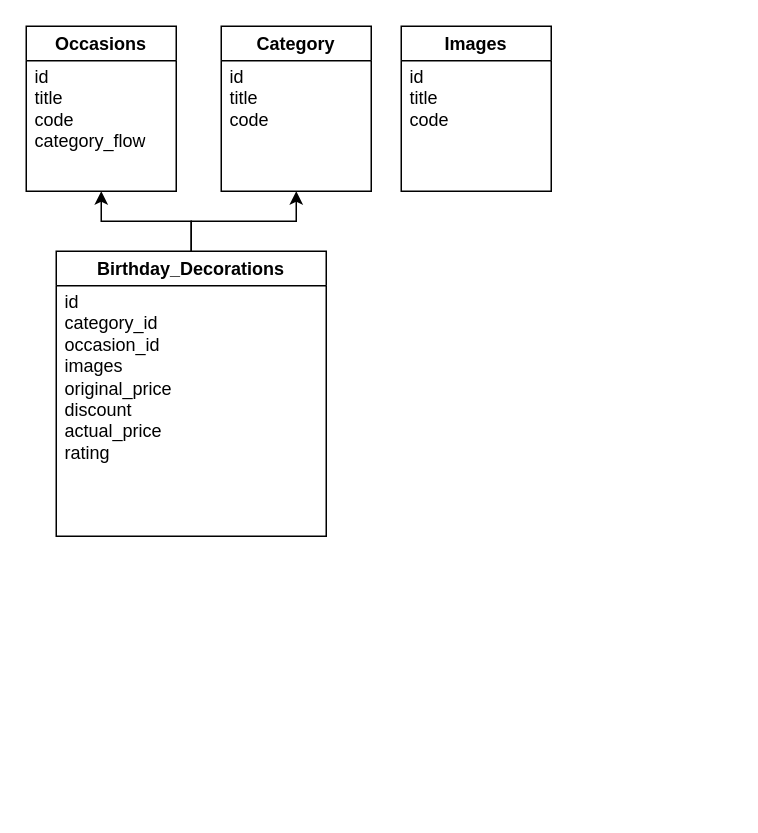
garvitjo/eventShopee_DBSchema keeps this draw.io diagram as Untitled Diagram.drawio. Above is the earlier version. Source tidied: cells renumbered, new cells numbered last; positions are measured from the earlier drawing's top-left corner, leaving out a move shared by most shapes. Both pictures are drawn from the tidied source at 150%, with x=0, y=0 at pixel (26, 26).
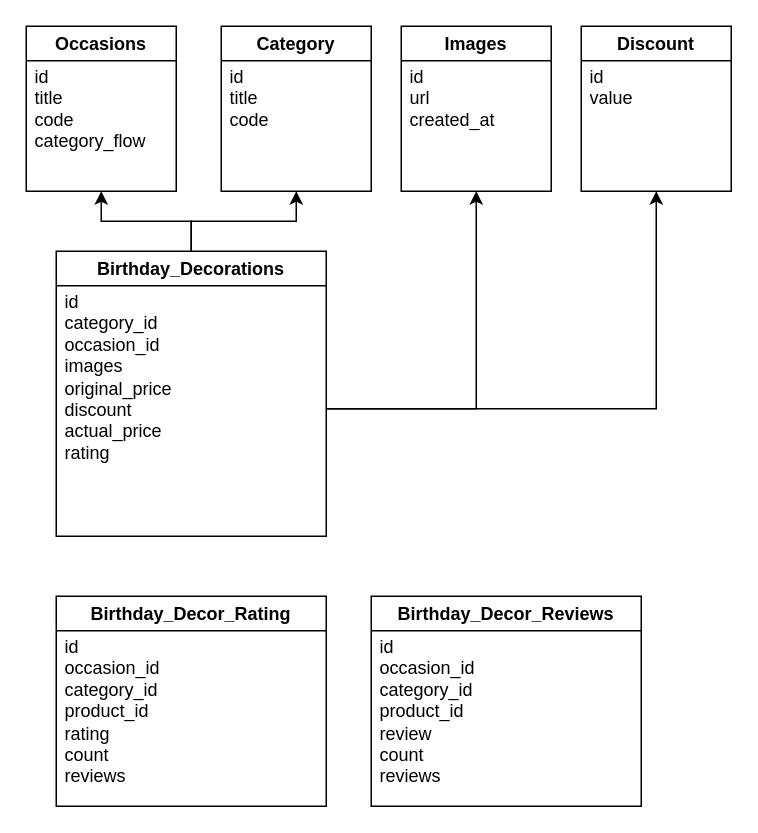
The same diagram, later.

What changed in the source:
```diff
@@
 <mxGraphModel>
   <root>
     <mxCell id="0" />
     <mxCell id="1" parent="0" />
     <mxCell id="2" value="Occasions" style="swimlane;" parent="1" vertex="1">
       <mxGeometry width="100" height="110" as="geometry" />
     </mxCell>
     <mxCell id="3" value="id&lt;br&gt;title&lt;br&gt;code&lt;br&gt;category_flow" style="text;align=left;verticalAlign=top;spacingLeft=4;spacingRight=4;overflow=hidden;whiteSpace=wrap;html=1;" parent="2" vertex="1">
       <mxGeometry y="20" width="90" height="70" as="geometry" />
     </mxCell>
     <mxCell id="4" value="Category" style="swimlane;" parent="1" vertex="1">
       <mxGeometry x="130" width="100" height="110" as="geometry" />
     </mxCell>
     <mxCell id="5" value="id&lt;br&gt;title&lt;br&gt;code" style="text;align=left;verticalAlign=top;spacingLeft=4;spacingRight=4;overflow=hidden;whiteSpace=wrap;html=1;" parent="4" vertex="1">
       <mxGeometry y="20" width="90" height="80" as="geometry" />
     </mxCell>
     <mxCell id="6" style="edgeStyle=orthogonalEdgeStyle;rounded=0;jettySize=auto;html=1;exitX=0.5;exitY=0;exitDx=0;exitDy=0;entryX=0.5;entryY=1;entryDx=0;entryDy=0;" parent="1" edge="1" source="8" target="2">
       <mxGeometry relative="1" as="geometry" />
     </mxCell>
     <mxCell id="7" style="edgeStyle=orthogonalEdgeStyle;rounded=0;jettySize=auto;html=1;exitX=0.5;exitY=0;exitDx=0;exitDy=0;entryX=0.5;entryY=1;entryDx=0;entryDy=0;" parent="1" edge="1" source="8" target="4">
       <mxGeometry relative="1" as="geometry" />
     </mxCell>
     <mxCell id="8" value="Birthday_Decorations" style="swimlane;" parent="1" vertex="1">
       <mxGeometry x="20" y="150" width="180" height="190" as="geometry" />
     </mxCell>
     <mxCell id="9" value="id&lt;br&gt;category_id&lt;br&gt;occasion_id&lt;br&gt;images&lt;br&gt;original_price&lt;br&gt;discount&lt;br&gt;actual_price&lt;br&gt;rating" style="text;align=left;verticalAlign=top;spacingLeft=4;spacingRight=4;overflow=hidden;points=[[0,0.5],[1,0.5]];portConstraint=eastwest;whiteSpace=wrap;html=1;" parent="8" vertex="1">
       <mxGeometry y="20" width="180" height="170" as="geometry" />
     </mxCell>
     <mxCell id="10" value="Images" style="swimlane;startSize=23;" parent="1" vertex="1">
       <mxGeometry x="250" width="100" height="110" as="geometry" />
     </mxCell>
-    <mxCell id="11" value="id&lt;br&gt;title&lt;br&gt;code" style="text;align=left;verticalAlign=top;spacingLeft=4;spacingRight=4;overflow=hidden;whiteSpace=wrap;html=1;" parent="10" vertex="1">
+    <mxCell id="11" value="id&lt;br&gt;url&lt;br&gt;created_at" style="text;align=left;verticalAlign=top;spacingLeft=4;spacingRight=4;overflow=hidden;whiteSpace=wrap;html=1;" parent="10" vertex="1">
       <mxGeometry y="20" width="90" height="80" as="geometry" />
     </mxCell>
+    <mxCell id="12" style="edgeStyle=orthogonalEdgeStyle;rounded=0;jettySize=auto;html=1;exitX=1;exitY=0.5;exitDx=0;exitDy=0;entryX=0.5;entryY=1;entryDx=0;entryDy=0;" parent="1" edge="1" source="9" target="10">
+      <mxGeometry relative="1" as="geometry" />
+    </mxCell>
+    <mxCell id="13" value="Discount" style="swimlane;startSize=23;" parent="1" vertex="1">
+      <mxGeometry x="370" width="100" height="110" as="geometry" />
+    </mxCell>
+    <mxCell id="14" value="id&lt;br&gt;value&lt;br&gt;" style="text;align=left;verticalAlign=top;spacingLeft=4;spacingRight=4;overflow=hidden;whiteSpace=wrap;html=1;" parent="13" vertex="1">
+      <mxGeometry y="20" width="90" height="80" as="geometry" />
+    </mxCell>
+    <mxCell id="15" style="edgeStyle=orthogonalEdgeStyle;rounded=0;jettySize=auto;html=1;exitX=1;exitY=0.5;exitDx=0;exitDy=0;entryX=0.5;entryY=1;entryDx=0;entryDy=0;" parent="1" edge="1" source="9" target="13">
+      <mxGeometry relative="1" as="geometry" />
+    </mxCell>
+    <mxCell id="16" value="Birthday_Decor_Rating" style="swimlane;startSize=23;" parent="1" vertex="1">
+      <mxGeometry x="20" y="380" width="180" height="140" as="geometry" />
+    </mxCell>
+    <mxCell id="17" value="id&lt;br&gt;occasion_id&lt;br&gt;category_id&lt;br&gt;product_id&lt;br&gt;rating&lt;br&gt;count&lt;br&gt;reviews" style="text;align=left;verticalAlign=top;spacingLeft=4;spacingRight=4;overflow=hidden;whiteSpace=wrap;html=1;" parent="16" vertex="1">
+      <mxGeometry y="20" width="160" height="110" as="geometry" />
+    </mxCell>
+    <mxCell id="18" value="Birthday_Decor_Reviews" style="swimlane;startSize=23;" parent="1" vertex="1">
+      <mxGeometry x="230" y="380" width="180" height="140" as="geometry" />
+    </mxCell>
+    <mxCell id="19" value="id&lt;br&gt;occasion_id&lt;br&gt;category_id&lt;br&gt;product_id&lt;br&gt;review&lt;br&gt;count&lt;br&gt;reviews" style="text;align=left;verticalAlign=top;spacingLeft=4;spacingRight=4;overflow=hidden;whiteSpace=wrap;html=1;" parent="18" vertex="1">
+      <mxGeometry y="20" width="160" height="110" as="geometry" />
+    </mxCell>
   </root>
 </mxGraphModel>
```
